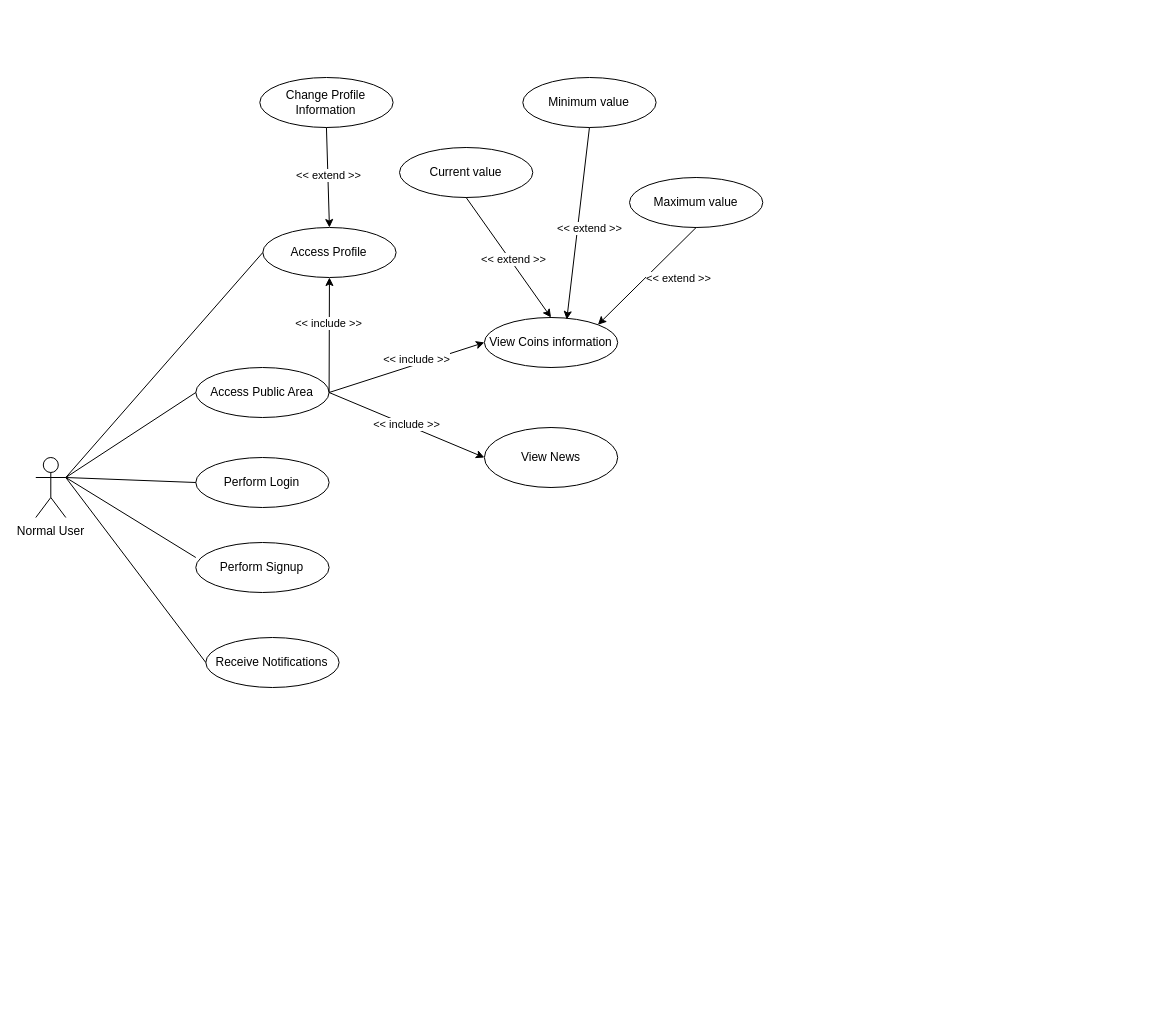
bgabrielma/ES_Project keeps this draw.io diagram as Use_Case.drawio. Above is the earlier version. Source tidied: cells renumbered, new cells numbered last; positions are measured from the earlier drawing's top-left corner, leaving out a move shared by most shapes. Both pictures are drawn from the tidied source at 100%, with x=0, y=0 at pixel (35, 77).
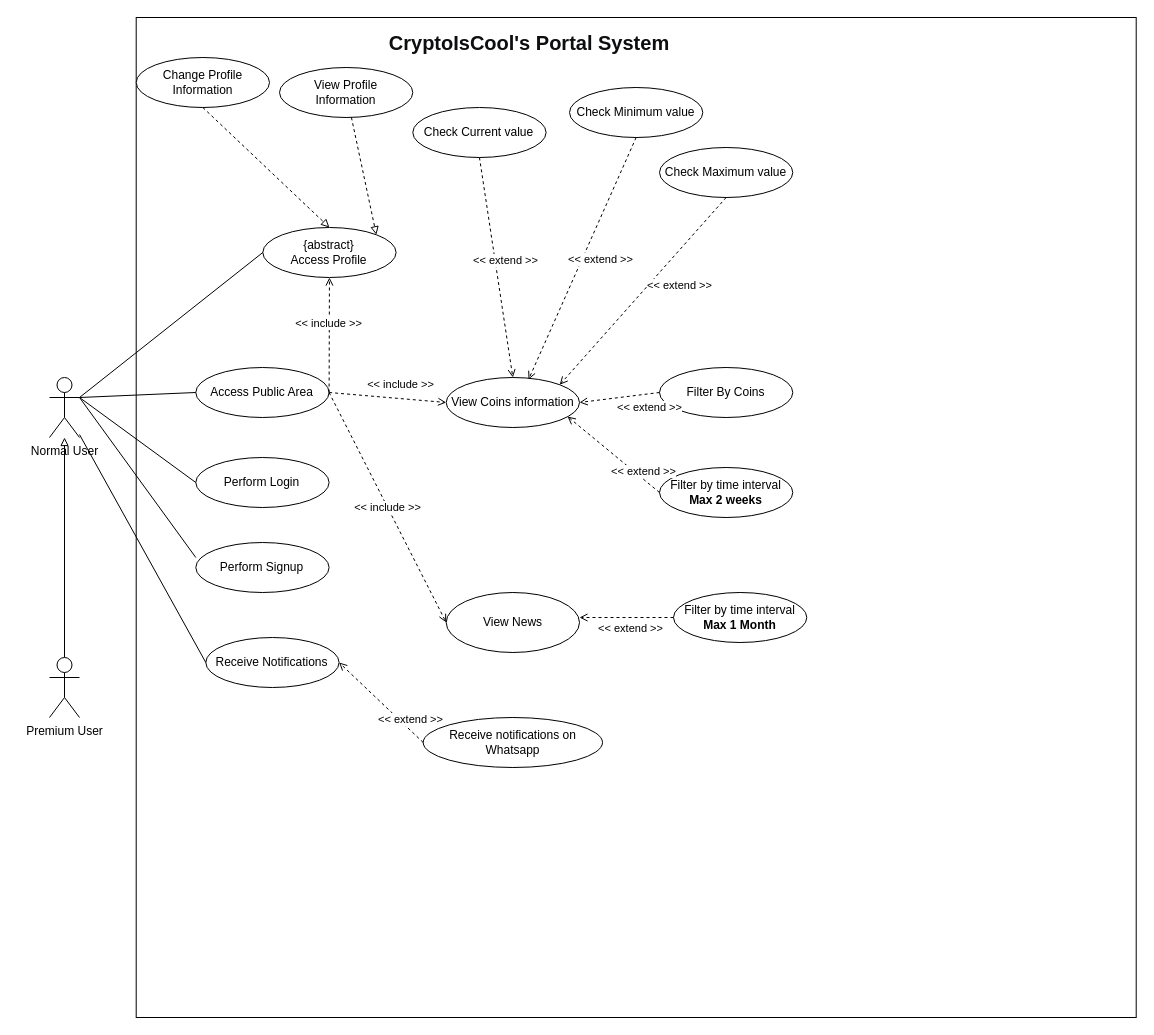
Above is the later version.

Unchanged cells that the change refers to:
```xml
<mxCell id="3" value="Access Public Area" style="ellipse;whiteSpace=wrap;html=1;" parent="1" vertex="1">
  <mxGeometry x="160.3" y="290" width="133.3" height="50" as="geometry" />
</mxCell>
<mxCell id="20" value="Receive Notifications" style="ellipse;whiteSpace=wrap;html=1;" parent="1" vertex="1">
  <mxGeometry x="170.3" y="560" width="133.3" height="50" as="geometry" />
</mxCell>
```

The edit, as a diff of the source:
```diff
@@
+    <mxCell id="32" style="whiteSpace=wrap;html=1;fillColor=none;" parent="1" vertex="1">
+      <mxGeometry x="100.7" y="-60" width="1000" height="1000" as="geometry" />
+    </mxCell>
     <mxCell id="2" value="Normal User" style="shape=umlActor;verticalLabelPosition=bottom;verticalAlign=top;html=1;outlineConnect=0;" parent="1" vertex="1">
-      <mxGeometry x="0.3" y="380" width="30" height="60" as="geometry" />
+      <mxGeometry x="14" y="300" width="30" height="60" as="geometry" />
     </mxCell>
@@
-    <mxCell id="6" value="Access Profile" style="ellipse;whiteSpace=wrap;html=1;" parent="1" vertex="1">
+    <mxCell id="6" value="{abstract}&lt;br&gt;Access Profile" style="ellipse;whiteSpace=wrap;html=1;" parent="1" vertex="1">
       <mxGeometry x="227.3" y="150" width="133.3" height="50" as="geometry" />
     </mxCell>
-    <mxCell id="7" style="endArrow=classic;html=1;rounded=0;exitX=1;exitY=0.5;exitDx=0;exitDy=0;entryX=0.5;entryY=1;entryDx=0;entryDy=0;" parent="1" edge="1" source="3" target="6">
+    <mxCell id="7" style="endArrow=open;html=1;rounded=0;exitX=1;exitY=0.5;exitDx=0;exitDy=0;entryX=0.5;entryY=1;entryDx=0;entryDy=0;endFill=0;dashed=1;" parent="1" edge="1" source="3" target="6">
       <mxGeometry relative="1" as="geometry" />
     </mxCell>
@@
     <mxCell id="9" value="View Coins information" style="ellipse;whiteSpace=wrap;html=1;" parent="1" vertex="1">
-      <mxGeometry x="448.9" y="240" width="133.3" height="50" as="geometry" />
+      <mxGeometry x="410.7" y="300" width="133.3" height="50" as="geometry" />
     </mxCell>
     <mxCell id="10" value="View News" style="ellipse;whiteSpace=wrap;html=1;" parent="1" vertex="1">
-      <mxGeometry x="448.9" y="350" width="133.3" height="60" as="geometry" />
+      <mxGeometry x="410.7" y="515" width="133.3" height="60" as="geometry" />
     </mxCell>
-    <mxCell id="11" style="endArrow=classic;html=1;rounded=0;exitX=1;exitY=0.5;exitDx=0;exitDy=0;entryX=0;entryY=0.5;entryDx=0;entryDy=0;" parent="1" edge="1" source="3" target="9">
+    <mxCell id="11" style="endArrow=open;html=1;rounded=0;exitX=1;exitY=0.5;exitDx=0;exitDy=0;entryX=0;entryY=0.5;entryDx=0;entryDy=0;endFill=0;dashed=1;" parent="1" edge="1" source="3" target="9">
       <mxGeometry relative="1" as="geometry" />
     </mxCell>
@@
-    <mxCell id="13" value="&amp;lt;&amp;lt; include &amp;gt;&amp;gt;" style="endArrow=classic;html=1;rounded=0;entryX=0;entryY=0.5;entryDx=0;entryDy=0;exitX=1;exitY=0.5;exitDx=0;exitDy=0;" parent="1" edge="1" source="3" target="10">
+    <mxCell id="13" value="&amp;lt;&amp;lt; include &amp;gt;&amp;gt;" style="endArrow=open;html=1;rounded=0;entryX=0;entryY=0.5;entryDx=0;entryDy=0;exitX=1;exitY=0.5;exitDx=0;exitDy=0;endFill=0;dashed=1;" parent="1" edge="1" source="3" target="10">
       <mxGeometry relative="1" as="geometry" />
     </mxCell>
@@
     <mxCell id="17" value="Change Profile Information" style="ellipse;whiteSpace=wrap;html=1;" parent="1" vertex="1">
-      <mxGeometry x="224.3" width="133.3" height="50" as="geometry" />
+      <mxGeometry x="100.7" y="-20" width="133.3" height="50" as="geometry" />
     </mxCell>
-    <mxCell id="18" style="endArrow=classic;html=1;rounded=0;exitX=0.5;exitY=1;exitDx=0;exitDy=0;entryX=0.5;entryY=0;entryDx=0;entryDy=0;" parent="1" edge="1" source="17" target="6">
+    <mxCell id="18" style="endArrow=block;html=1;rounded=0;exitX=0.5;exitY=1;exitDx=0;exitDy=0;entryX=0.5;entryY=0;entryDx=0;entryDy=0;endFill=0;jumpSize=10;strokeWidth=1;dashed=1;" parent="1" edge="1" source="17" target="6">
       <mxGeometry relative="1" as="geometry" />
     </mxCell>
-    <mxCell id="19" value="&amp;lt;&amp;lt; extend &amp;gt;&amp;gt;" style="edgeLabel;html=1;align=center;verticalAlign=middle;" parent="18" vertex="1">
-      <mxGeometry x="-0.04" relative="1" as="geometry" />
-    </mxCell>
@@
-    <mxCell id="21" style="endArrow=none;html=1;rounded=0;entryX=0;entryY=0.5;entryDx=0;entryDy=0;" parent="1" edge="1" target="20">
-      <mxGeometry relative="1" as="geometry">
-        <mxPoint x="30.3" y="400" as="sourcePoint" />
-      </mxGeometry>
+    <mxCell id="21" style="endArrow=none;html=1;rounded=0;entryX=0;entryY=0.5;entryDx=0;entryDy=0;" parent="1" edge="1" source="2" target="20">
+      <mxGeometry relative="1" as="geometry" />
     </mxCell>
-    <mxCell id="22" value="Current value" style="ellipse;whiteSpace=wrap;html=1;" parent="1" vertex="1">
-      <mxGeometry x="364" y="70" width="133.3" height="50" as="geometry" />
+    <mxCell id="22" value="Check Current value" style="ellipse;whiteSpace=wrap;html=1;" parent="1" vertex="1">
+      <mxGeometry x="377.3" y="30" width="133.3" height="50" as="geometry" />
     </mxCell>
-    <mxCell id="23" value="Minimum value" style="ellipse;whiteSpace=wrap;html=1;" parent="1" vertex="1">
-      <mxGeometry x="487.3" width="133.3" height="50" as="geometry" />
+    <mxCell id="23" value="Check Minimum value" style="ellipse;whiteSpace=wrap;html=1;" parent="1" vertex="1">
+      <mxGeometry x="534" y="10" width="133.3" height="50" as="geometry" />
     </mxCell>
-    <mxCell id="24" value="Maximum value" style="ellipse;whiteSpace=wrap;html=1;" parent="1" vertex="1">
-      <mxGeometry x="594" y="100" width="133.3" height="50" as="geometry" />
+    <mxCell id="24" value="Check Maximum value" style="ellipse;whiteSpace=wrap;html=1;" parent="1" vertex="1">
+      <mxGeometry x="624" y="70" width="133.3" height="50" as="geometry" />
     </mxCell>
-    <mxCell id="25" style="endArrow=classic;html=1;rounded=0;exitX=0.5;exitY=1;exitDx=0;exitDy=0;entryX=0.5;entryY=0;entryDx=0;entryDy=0;" parent="1" edge="1" source="22" target="9">
+    <mxCell id="25" style="endArrow=open;html=1;rounded=0;exitX=0.5;exitY=1;exitDx=0;exitDy=0;entryX=0.5;entryY=0;entryDx=0;entryDy=0;endFill=0;dashed=1;" parent="1" edge="1" source="22" target="9">
       <mxGeometry relative="1" as="geometry" />
     </mxCell>
@@
-    <mxCell id="27" style="endArrow=classic;html=1;rounded=0;exitX=0.5;exitY=1;exitDx=0;exitDy=0;entryX=0.618;entryY=0.04;entryDx=0;entryDy=0;entryPerimeter=0;" parent="1" edge="1" source="23" target="9">
+    <mxCell id="27" style="endArrow=open;html=1;rounded=0;exitX=0.5;exitY=1;exitDx=0;exitDy=0;entryX=0.618;entryY=0.04;entryDx=0;entryDy=0;entryPerimeter=0;endFill=0;dashed=1;" parent="1" edge="1" source="23" target="9">
       <mxGeometry relative="1" as="geometry" />
     </mxCell>
@@
-    <mxCell id="29" style="endArrow=classic;html=1;rounded=0;exitX=0.5;exitY=1;exitDx=0;exitDy=0;entryX=1;entryY=0;entryDx=0;entryDy=0;" parent="1" edge="1" source="24" target="9">
+    <mxCell id="29" style="endArrow=open;html=1;rounded=0;exitX=0.5;exitY=1;exitDx=0;exitDy=0;entryX=1;entryY=0;entryDx=0;entryDy=0;endFill=0;dashed=1;" parent="1" edge="1" source="24" target="9">
       <mxGeometry relative="1" as="geometry" />
     </mxCell>
@@
+    <mxCell id="33" style="edgeStyle=orthogonalEdgeStyle;rounded=0;jettySize=auto;html=1;endArrow=block;endFill=0;" parent="1" edge="1" source="34" target="2">
+      <mxGeometry relative="1" as="geometry" />
+    </mxCell>
+    <mxCell id="34" value="Premium User" style="shape=umlActor;verticalLabelPosition=bottom;verticalAlign=top;html=1;outlineConnect=0;" parent="1" vertex="1">
+      <mxGeometry x="14" y="580" width="30" height="60" as="geometry" />
+    </mxCell>
+    <mxCell id="35" value="&lt;span id=&quot;docs-internal-guid-30094b55-7fff-c7a5-037e-d8dcce5be333&quot;&gt;&lt;span style=&quot;font-family: Arial; color: rgb(13, 14, 16); background-color: transparent; font-variant-numeric: normal; font-variant-east-asian: normal; vertical-align: baseline;&quot;&gt;&lt;b style=&quot;&quot;&gt;&lt;font style=&quot;font-size: 20px;&quot;&gt;CryptoIsCool's Portal System&lt;/font&gt;&lt;/b&gt;&lt;/span&gt;&lt;/span&gt;" style="text;html=1;strokeColor=none;fillColor=none;align=center;verticalAlign=middle;whiteSpace=wrap;rounded=0;" parent="1" vertex="1">
+      <mxGeometry x="344" y="-50" width="300" height="30" as="geometry" />
+    </mxCell>
+    <mxCell id="36" value="Filter By Coins" style="ellipse;whiteSpace=wrap;html=1;" parent="1" vertex="1">
+      <mxGeometry x="624" y="290" width="133.3" height="50" as="geometry" />
+    </mxCell>
+    <mxCell id="37" value="Filter by time interval&lt;br&gt;&lt;b&gt;Max 2 weeks&lt;/b&gt;" style="ellipse;whiteSpace=wrap;html=1;" parent="1" vertex="1">
+      <mxGeometry x="624" y="390" width="133.3" height="50" as="geometry" />
+    </mxCell>
+    <mxCell id="38" style="endArrow=open;html=1;rounded=0;exitX=0;exitY=0.5;exitDx=0;exitDy=0;entryX=1;entryY=0.5;entryDx=0;entryDy=0;endFill=0;dashed=1;" parent="1" edge="1" source="36" target="9">
+      <mxGeometry relative="1" as="geometry" />
+    </mxCell>
+    <mxCell id="39" value="&amp;lt;&amp;lt; extend &amp;gt;&amp;gt;" style="edgeLabel;html=1;align=center;verticalAlign=middle;" parent="38" vertex="1">
+      <mxGeometry x="-0.17" relative="1" as="geometry">
+        <mxPoint x="22" y="10" as="offset" />
+      </mxGeometry>
+    </mxCell>
+    <mxCell id="40" style="endArrow=open;html=1;rounded=0;exitX=0;exitY=0.5;exitDx=0;exitDy=0;entryX=0.91;entryY=0.78;entryDx=0;entryDy=0;endFill=0;entryPerimeter=0;dashed=1;" parent="1" edge="1" source="37" target="9">
+      <mxGeometry relative="1" as="geometry" />
+    </mxCell>
+    <mxCell id="41" value="&amp;lt;&amp;lt; extend &amp;gt;&amp;gt;" style="edgeLabel;html=1;align=center;verticalAlign=middle;" parent="40" vertex="1">
+      <mxGeometry x="-0.17" relative="1" as="geometry">
+        <mxPoint x="22" y="10" as="offset" />
+      </mxGeometry>
+    </mxCell>
+    <mxCell id="42" value="View Profile &lt;br&gt;Information" style="ellipse;whiteSpace=wrap;html=1;" parent="1" vertex="1">
+      <mxGeometry x="244" y="-10" width="133.3" height="50" as="geometry" />
+    </mxCell>
+    <mxCell id="43" style="endArrow=block;html=1;rounded=0;entryX=1;entryY=0;entryDx=0;entryDy=0;endFill=0;jumpSize=10;strokeWidth=1;dashed=1;" parent="1" edge="1" source="42" target="6">
+      <mxGeometry relative="1" as="geometry" />
+    </mxCell>
+    <mxCell id="44" style="endArrow=open;html=1;rounded=0;entryX=0.91;entryY=0.78;entryDx=0;entryDy=0;endFill=0;entryPerimeter=0;dashed=1;exitX=0;exitY=0.5;exitDx=0;exitDy=0;" parent="1" edge="1" source="46">
+      <mxGeometry relative="1" as="geometry">
+        <mxPoint x="544" y="540" as="targetPoint" />
+      </mxGeometry>
+    </mxCell>
+    <mxCell id="45" value="&amp;lt;&amp;lt; extend &amp;gt;&amp;gt;" style="edgeLabel;html=1;align=center;verticalAlign=middle;" parent="44" vertex="1">
+      <mxGeometry x="-0.17" relative="1" as="geometry">
+        <mxPoint x="-5" y="10" as="offset" />
+      </mxGeometry>
+    </mxCell>
+    <mxCell id="46" value="Filter by time interval&lt;br&gt;&lt;b&gt;Max 1 Month&lt;/b&gt;" style="ellipse;whiteSpace=wrap;html=1;" parent="1" vertex="1">
+      <mxGeometry x="638" y="515" width="133.3" height="50" as="geometry" />
+    </mxCell>
+    <mxCell id="47" value="Receive notifications on Whatsapp" style="ellipse;whiteSpace=wrap;html=1;" parent="1" vertex="1">
+      <mxGeometry x="387.7" y="640" width="179.3" height="50" as="geometry" />
+    </mxCell>
+    <mxCell id="48" style="endArrow=open;html=1;rounded=0;exitX=0;exitY=0.5;exitDx=0;exitDy=0;entryX=1;entryY=0.5;entryDx=0;entryDy=0;endFill=0;dashed=1;" parent="1" edge="1" source="47" target="20">
+      <mxGeometry relative="1" as="geometry" />
+    </mxCell>
+    <mxCell id="49" value="&amp;lt;&amp;lt; extend &amp;gt;&amp;gt;" style="edgeLabel;html=1;align=center;verticalAlign=middle;" parent="48" vertex="1">
+      <mxGeometry x="-0.17" relative="1" as="geometry">
+        <mxPoint x="22" y="10" as="offset" />
+      </mxGeometry>
+    </mxCell>
```
